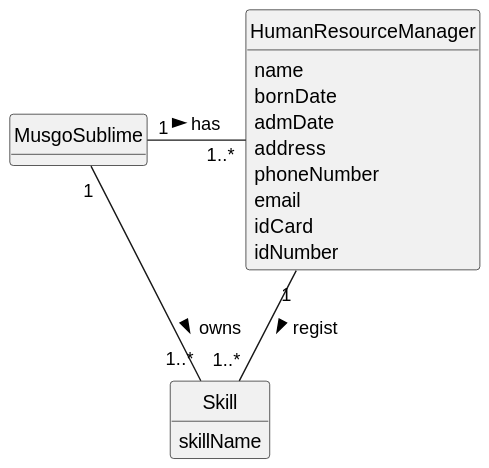
Earlier version of the PlantUML export docs/sprintA/us001/02.analysis/svg/us001-domain-model.svg (1231360-ISEP/lei-24-s2-1db-g021).
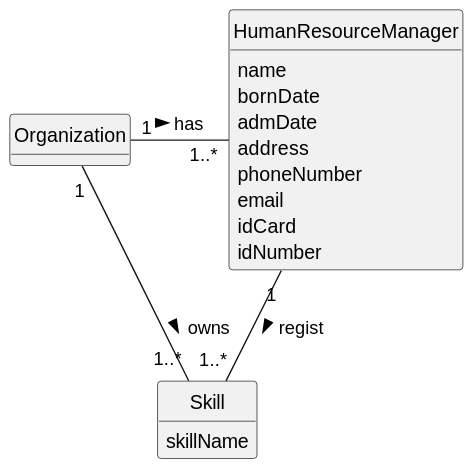
The same file after the commit.

Commit message:
Update US domain model and SVG

Change to the diagram source:
```diff
@@ -8,7 +8,7 @@
 hide circle
 hide methods
 
-class MusgoSublime {
+class Organization {
 }
 
 class HumanResourceManager {
@@ -27,7 +27,7 @@
 }
 
 
-MusgoSublime "1" - "1..*" HumanResourceManager: has >
-MusgoSublime "1" - "1..*" Skill: owns >
+Organization "1" - "1..*" HumanResourceManager: has >
+Organization "1" - "1..*" Skill: owns >
 HumanResourceManager "1" -- "1..*" Skill : regist >
 @enduml
```
